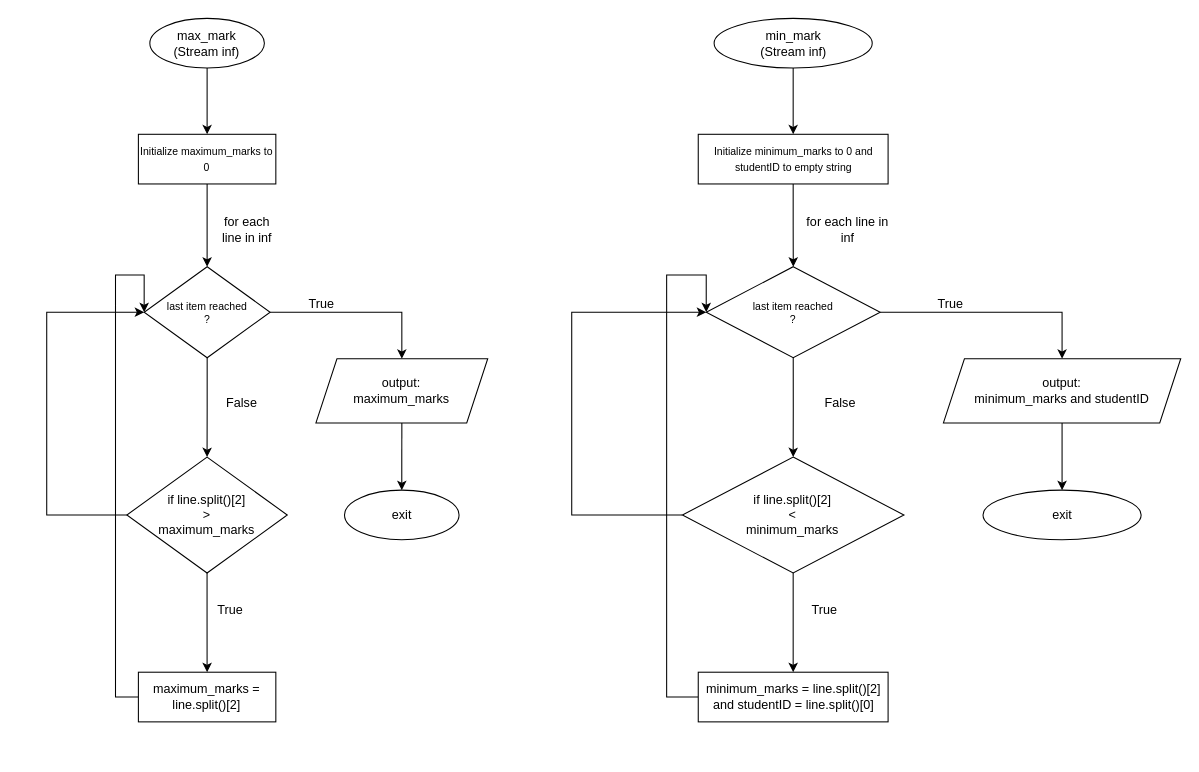
This is page "Page-2" (2 of 5) of Untitled Diagram.drawio from punyaprashun25/animated_login_form, a draw.io file, before an edit. Source tidied: cells renumbered, new cells numbered last; positions are measured from the earlier drawing's top-left corner, leaving out a move shared by most shapes. Both pictures are drawn from the tidied source at 105%, with x=0, y=0 at pixel (46, 18).
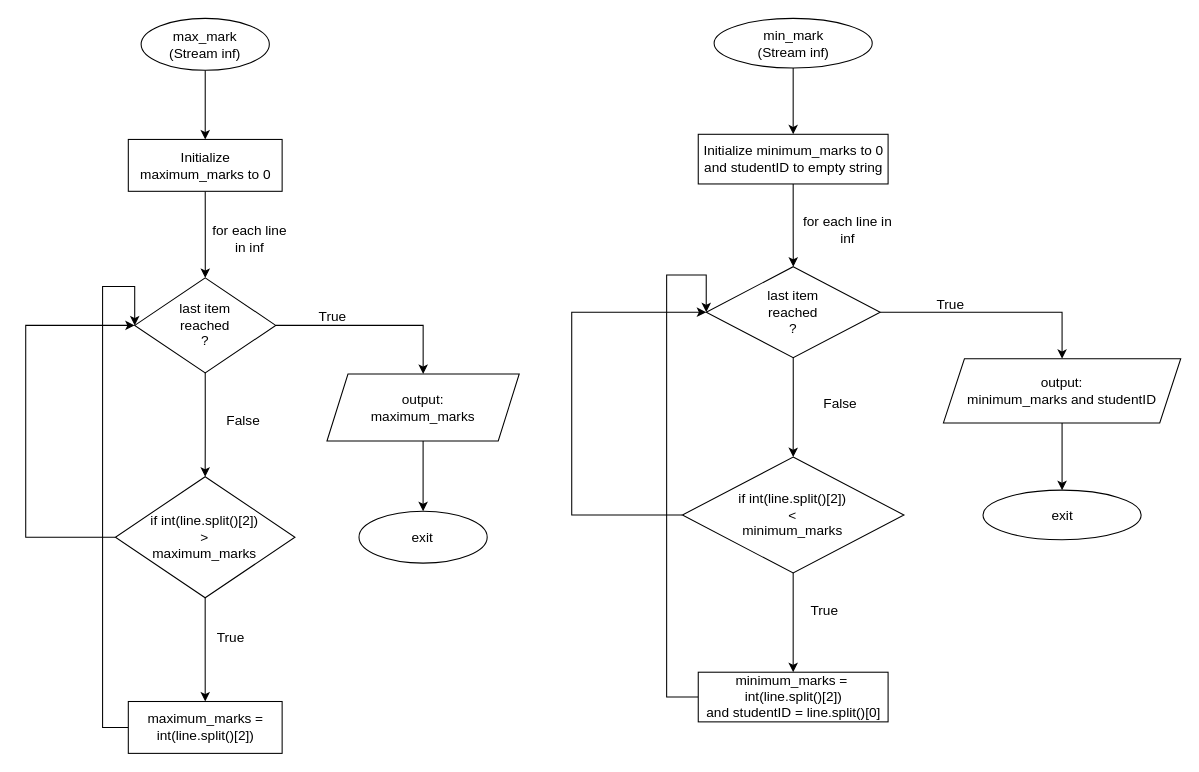
Above is the later version.

Diff of the diagram source:
```diff
@@
-    <mxCell id="2" style="group;" parent="1" vertex="1">
-      <mxGeometry width="420" height="670" as="geometry" />
+    <mxCell id="2" style="group;fontSize=13;" parent="1" vertex="1">
+      <mxGeometry x="-20" width="470" height="700" as="geometry" />
     </mxCell>
-    <mxCell id="3" style="edgeStyle=orthogonalEdgeStyle;rounded=0;jettySize=auto;html=1;exitX=0.5;exitY=1;exitDx=0;exitDy=0;entryX=0.5;entryY=0;entryDx=0;entryDy=0;" parent="2" edge="1" source="4" target="17">
+    <mxCell id="3" style="edgeStyle=orthogonalEdgeStyle;rounded=0;jettySize=auto;html=1;exitX=0.5;exitY=1;exitDx=0;exitDy=0;entryX=0.5;entryY=0;entryDx=0;entryDy=0;fontSize=13;" parent="2" edge="1" source="4" target="17">
       <mxGeometry relative="1" as="geometry" />
     </mxCell>
-    <mxCell id="4" value="&lt;div&gt;max_mark&lt;/div&gt;&lt;div&gt;(&lt;span style=&quot;background-color: initial;&quot;&gt;Stream inf)&lt;/span&gt;&lt;/div&gt;" style="ellipse;whiteSpace=wrap;html=1;" parent="2" vertex="1">
-      <mxGeometry x="98.2" width="109.1" height="47.3" as="geometry" />
+    <mxCell id="4" value="&lt;div style=&quot;font-size: 13px;&quot;&gt;max_mark&lt;/div&gt;&lt;div style=&quot;font-size: 13px;&quot;&gt;(&lt;span style=&quot;background-color: initial; font-size: 13px;&quot;&gt;Stream inf)&lt;/span&gt;&lt;/div&gt;" style="ellipse;whiteSpace=wrap;html=1;fontSize=13;" parent="2" vertex="1">
+      <mxGeometry x="109.9" width="122.1" height="49.4" as="geometry" />
     </mxCell>
-    <mxCell id="5" style="edgeStyle=orthogonalEdgeStyle;rounded=0;jettySize=auto;html=1;exitX=0.5;exitY=1;exitDx=0;exitDy=0;entryX=0.5;entryY=0;entryDx=0;entryDy=0;" parent="2" edge="1" source="7" target="14">
+    <mxCell id="5" style="edgeStyle=orthogonalEdgeStyle;rounded=0;jettySize=auto;html=1;exitX=0.5;exitY=1;exitDx=0;exitDy=0;entryX=0.5;entryY=0;entryDx=0;entryDy=0;fontSize=13;" parent="2" edge="1" source="7" target="14">
       <mxGeometry relative="1" as="geometry" />
     </mxCell>
-    <mxCell id="6" style="edgeStyle=orthogonalEdgeStyle;rounded=0;jettySize=auto;html=1;exitX=1;exitY=0.5;exitDx=0;exitDy=0;" parent="2" edge="1" source="7" target="19">
+    <mxCell id="6" style="edgeStyle=orthogonalEdgeStyle;rounded=0;jettySize=auto;html=1;exitX=1;exitY=0.5;exitDx=0;exitDy=0;fontSize=13;" parent="2" edge="1" source="7" target="19">
       <mxGeometry relative="1" as="geometry" />
     </mxCell>
-    <mxCell id="7" value="&lt;font style=&quot;font-size: 10px;&quot;&gt;last item reached&lt;/font&gt;&lt;div style=&quot;font-size: 10px;&quot;&gt;&lt;font style=&quot;font-size: 10px;&quot;&gt;?&lt;/font&gt;&lt;/div&gt;" style="rhombus;whiteSpace=wrap;html=1;" parent="2" vertex="1">
-      <mxGeometry x="92.8" y="236.5" width="120" height="86.7" as="geometry" />
+    <mxCell id="7" value="&lt;font style=&quot;font-size: 13px;&quot;&gt;last item&lt;/font&gt;&lt;div&gt;&lt;font style=&quot;font-size: 13px;&quot;&gt;reached&lt;/font&gt;&lt;div style=&quot;font-size: 13px;&quot;&gt;&lt;font style=&quot;font-size: 13px;&quot;&gt;?&lt;/font&gt;&lt;/div&gt;&lt;/div&gt;" style="rhombus;whiteSpace=wrap;html=1;fontSize=13;" parent="2" vertex="1">
+      <mxGeometry x="103.8" y="247.1" width="134.3" height="90.6" as="geometry" />
     </mxCell>
-    <mxCell id="8" value="for each line in inf" style="text;html=1;align=center;verticalAlign=middle;whiteSpace=wrap;rounded=0;" parent="2" vertex="1">
-      <mxGeometry x="158.2" y="189.2" width="65.5" height="23.6" as="geometry" />
+    <mxCell id="8" value="for each line in inf" style="text;html=1;align=center;verticalAlign=middle;whiteSpace=wrap;rounded=0;fontSize=13;" parent="2" vertex="1">
+      <mxGeometry x="177" y="197.6" width="73.2" height="24.7" as="geometry" />
     </mxCell>
-    <mxCell id="9" value="exit" style="ellipse;whiteSpace=wrap;html=1;" parent="2" vertex="1">
-      <mxGeometry x="283.6" y="449.3" width="109.1" height="47.3" as="geometry" />
+    <mxCell id="9" value="exit" style="ellipse;whiteSpace=wrap;html=1;fontSize=13;" parent="2" vertex="1">
+      <mxGeometry x="317.4" y="469.4" width="122.1" height="49.4" as="geometry" />
     </mxCell>
-    <mxCell id="10" value="True" style="text;html=1;align=center;verticalAlign=middle;whiteSpace=wrap;rounded=0;" parent="2" vertex="1">
-      <mxGeometry x="229.1" y="260.1" width="65.5" height="23.6" as="geometry" />
+    <mxCell id="10" value="True" style="text;html=1;align=center;verticalAlign=middle;whiteSpace=wrap;rounded=0;fontSize=13;" parent="2" vertex="1">
+      <mxGeometry x="256.4" y="271.8" width="73.2" height="24.7" as="geometry" />
     </mxCell>
-    <mxCell id="11" value="False" style="text;html=1;align=center;verticalAlign=middle;whiteSpace=wrap;rounded=0;" parent="2" vertex="1">
-      <mxGeometry x="152.8" y="354.7" width="65.5" height="23.6" as="geometry" />
+    <mxCell id="11" value="False" style="text;html=1;align=center;verticalAlign=middle;whiteSpace=wrap;rounded=0;fontSize=13;" parent="2" vertex="1">
+      <mxGeometry x="170.9" y="370.6" width="73.2" height="24.7" as="geometry" />
     </mxCell>
-    <mxCell id="12" style="edgeStyle=orthogonalEdgeStyle;rounded=0;jettySize=auto;html=1;exitX=0.5;exitY=1;exitDx=0;exitDy=0;entryX=0.5;entryY=0;entryDx=0;entryDy=0;" parent="2" edge="1" source="14" target="21">
+    <mxCell id="12" style="edgeStyle=orthogonalEdgeStyle;rounded=0;jettySize=auto;html=1;exitX=0.5;exitY=1;exitDx=0;exitDy=0;entryX=0.5;entryY=0;entryDx=0;entryDy=0;fontSize=13;" parent="2" edge="1" source="14" target="21">
       <mxGeometry relative="1" as="geometry" />
     </mxCell>
-    <mxCell id="13" style="edgeStyle=orthogonalEdgeStyle;rounded=0;jettySize=auto;html=1;exitX=0;exitY=0.5;exitDx=0;exitDy=0;entryX=0;entryY=0.5;entryDx=0;entryDy=0;" parent="2" edge="1" source="14" target="7">
+    <mxCell id="13" style="edgeStyle=orthogonalEdgeStyle;rounded=0;jettySize=auto;html=1;exitX=0;exitY=0.5;exitDx=0;exitDy=0;entryX=0;entryY=0.5;entryDx=0;entryDy=0;fontSize=13;" parent="2" edge="1" source="14" target="7">
       <mxGeometry relative="1" as="geometry">
         <Array as="points">
-          <mxPoint y="472.9" />
-          <mxPoint y="279.8" />
+          <mxPoint y="494.1" />
+          <mxPoint y="292.4" />
         </Array>
       </mxGeometry>
     </mxCell>
-    <mxCell id="14" value="if line.split()[2]&lt;div&gt;&amp;gt;&lt;/div&gt;&lt;div&gt;maximum_marks&lt;/div&gt;" style="rhombus;whiteSpace=wrap;html=1;" parent="2" vertex="1">
-      <mxGeometry x="76.3" y="417.8" width="152.8" height="110.4" as="geometry" />
+    <mxCell id="14" value="if int(line.split()[2])&lt;div style=&quot;font-size: 13px;&quot;&gt;&amp;gt;&lt;/div&gt;&lt;div style=&quot;font-size: 13px;&quot;&gt;maximum_marks&lt;/div&gt;" style="rhombus;whiteSpace=wrap;html=1;fontSize=13;" parent="2" vertex="1">
+      <mxGeometry x="85.4" y="436.5" width="171" height="115.3" as="geometry" />
     </mxCell>
-    <mxCell id="15" value="True" style="text;html=1;align=center;verticalAlign=middle;whiteSpace=wrap;rounded=0;" parent="2" vertex="1">
-      <mxGeometry x="141.9" y="551.8" width="65.5" height="23.6" as="geometry" />
+    <mxCell id="15" value="True" style="text;html=1;align=center;verticalAlign=middle;whiteSpace=wrap;rounded=0;fontSize=13;" parent="2" vertex="1">
+      <mxGeometry x="158.7" y="576.5" width="73.2" height="24.7" as="geometry" />
     </mxCell>
-    <mxCell id="16" style="edgeStyle=orthogonalEdgeStyle;rounded=0;jettySize=auto;html=1;exitX=0.5;exitY=1;exitDx=0;exitDy=0;" parent="2" edge="1" source="17" target="7">
+    <mxCell id="16" style="edgeStyle=orthogonalEdgeStyle;rounded=0;jettySize=auto;html=1;exitX=0.5;exitY=1;exitDx=0;exitDy=0;fontSize=13;" parent="2" edge="1" source="17" target="7">
       <mxGeometry relative="1" as="geometry" />
     </mxCell>
-    <mxCell id="17" value="&lt;font size=&quot;1&quot;&gt;Initialize maximum_marks to 0&lt;/font&gt;" style="rounded=0;whiteSpace=wrap;html=1;" parent="2" vertex="1">
-      <mxGeometry x="87.3" y="110.4" width="130.9" height="47.3" as="geometry" />
+    <mxCell id="17" value="&lt;font style=&quot;font-size: 13px;&quot;&gt;Initialize maximum_marks to 0&lt;/font&gt;" style="rounded=0;whiteSpace=wrap;html=1;fontSize=13;" parent="2" vertex="1">
+      <mxGeometry x="97.7" y="115.3" width="146.5" height="49.4" as="geometry" />
     </mxCell>
-    <mxCell id="18" style="edgeStyle=orthogonalEdgeStyle;rounded=0;jettySize=auto;html=1;exitX=0.5;exitY=1;exitDx=0;exitDy=0;entryX=0.5;entryY=0;entryDx=0;entryDy=0;" parent="2" edge="1" source="19" target="9">
+    <mxCell id="18" style="edgeStyle=orthogonalEdgeStyle;rounded=0;jettySize=auto;html=1;exitX=0.5;exitY=1;exitDx=0;exitDy=0;entryX=0.5;entryY=0;entryDx=0;entryDy=0;fontSize=13;" parent="2" edge="1" source="19" target="9">
       <mxGeometry relative="1" as="geometry" />
     </mxCell>
-    <mxCell id="19" value="output:&lt;div&gt;maximum_marks&lt;/div&gt;" style="shape=parallelogram;perimeter=parallelogramPerimeter;whiteSpace=wrap;html=1;fixedSize=1;" parent="2" vertex="1">
-      <mxGeometry x="256.4" y="324.2" width="163.6" height="61.1" as="geometry" />
+    <mxCell id="19" value="output:&lt;div style=&quot;font-size: 13px;&quot;&gt;maximum_marks&lt;/div&gt;" style="shape=parallelogram;perimeter=parallelogramPerimeter;whiteSpace=wrap;html=1;fixedSize=1;fontSize=13;" parent="2" vertex="1">
+      <mxGeometry x="286.9" y="338.7" width="183.1" height="63.8" as="geometry" />
     </mxCell>
-    <mxCell id="20" style="edgeStyle=orthogonalEdgeStyle;rounded=0;jettySize=auto;html=1;exitX=0;exitY=0.5;exitDx=0;exitDy=0;entryX=0;entryY=0.5;entryDx=0;entryDy=0;" parent="2" edge="1" source="21" target="7">
+    <mxCell id="20" style="edgeStyle=orthogonalEdgeStyle;rounded=0;jettySize=auto;html=1;exitX=0;exitY=0.5;exitDx=0;exitDy=0;entryX=0;entryY=0.5;entryDx=0;entryDy=0;fontSize=13;" parent="2" edge="1" source="21" target="7">
       <mxGeometry relative="1" as="geometry">
         <Array as="points">
-          <mxPoint x="65.5" y="646.4" />
-          <mxPoint x="65.5" y="244.4" />
-          <mxPoint x="92.7" y="244.4" />
+          <mxPoint x="73.2" y="675.3" />
+          <mxPoint x="73.2" y="255.3" />
+          <mxPoint x="103.8" y="255.3" />
         </Array>
       </mxGeometry>
     </mxCell>
-    <mxCell id="21" value="maximum_marks = line.split()[2]" style="rounded=0;whiteSpace=wrap;html=1;" parent="2" vertex="1">
-      <mxGeometry x="87.3" y="622.7" width="130.9" height="47.3" as="geometry" />
+    <mxCell id="21" value="maximum_marks = int(line.split()[2])" style="rounded=0;whiteSpace=wrap;html=1;fontSize=13;" parent="2" vertex="1">
+      <mxGeometry x="97.7" y="650.6" width="146.5" height="49.4" as="geometry" />
     </mxCell>
-    <mxCell id="22" style="group;" parent="1" vertex="1">
+    <mxCell id="22" style="group;fontSize=13;" parent="1" vertex="1">
       <mxGeometry x="500" width="580" height="670" as="geometry" />
     </mxCell>
-    <mxCell id="23" style="edgeStyle=orthogonalEdgeStyle;rounded=0;jettySize=auto;html=1;exitX=0.5;exitY=1;exitDx=0;exitDy=0;entryX=0.5;entryY=0;entryDx=0;entryDy=0;" parent="22" edge="1" source="24" target="37">
+    <mxCell id="23" style="edgeStyle=orthogonalEdgeStyle;rounded=0;jettySize=auto;html=1;exitX=0.5;exitY=1;exitDx=0;exitDy=0;entryX=0.5;entryY=0;entryDx=0;entryDy=0;fontSize=13;" parent="22" edge="1" source="24" target="37">
       <mxGeometry relative="1" as="geometry" />
     </mxCell>
-    <mxCell id="24" value="&lt;div&gt;min_mark&lt;/div&gt;&lt;div&gt;(&lt;span style=&quot;background-color: initial;&quot;&gt;Stream inf)&lt;/span&gt;&lt;/div&gt;" style="ellipse;whiteSpace=wrap;html=1;" parent="22" vertex="1">
+    <mxCell id="24" value="&lt;div style=&quot;font-size: 13px;&quot;&gt;min_mark&lt;/div&gt;&lt;div style=&quot;font-size: 13px;&quot;&gt;(&lt;span style=&quot;background-color: initial; font-size: 13px;&quot;&gt;Stream inf)&lt;/span&gt;&lt;/div&gt;" style="ellipse;whiteSpace=wrap;html=1;fontSize=13;" parent="22" vertex="1">
       <mxGeometry x="135.6" width="150.6" height="47.3" as="geometry" />
     </mxCell>
-    <mxCell id="25" style="edgeStyle=orthogonalEdgeStyle;rounded=0;jettySize=auto;html=1;exitX=0.5;exitY=1;exitDx=0;exitDy=0;entryX=0.5;entryY=0;entryDx=0;entryDy=0;" parent="22" edge="1" source="27" target="34">
+    <mxCell id="25" style="edgeStyle=orthogonalEdgeStyle;rounded=0;jettySize=auto;html=1;exitX=0.5;exitY=1;exitDx=0;exitDy=0;entryX=0.5;entryY=0;entryDx=0;entryDy=0;fontSize=13;" parent="22" edge="1" source="27" target="34">
       <mxGeometry relative="1" as="geometry" />
     </mxCell>
-    <mxCell id="26" style="edgeStyle=orthogonalEdgeStyle;rounded=0;jettySize=auto;html=1;exitX=1;exitY=0.5;exitDx=0;exitDy=0;" parent="22" edge="1" source="27" target="39">
+    <mxCell id="26" style="edgeStyle=orthogonalEdgeStyle;rounded=0;jettySize=auto;html=1;exitX=1;exitY=0.5;exitDx=0;exitDy=0;fontSize=13;" parent="22" edge="1" source="27" target="39">
       <mxGeometry relative="1" as="geometry" />
     </mxCell>
-    <mxCell id="27" value="&lt;font style=&quot;font-size: 10px;&quot;&gt;last item reached&lt;/font&gt;&lt;div style=&quot;font-size: 10px;&quot;&gt;&lt;font style=&quot;font-size: 10px;&quot;&gt;?&lt;/font&gt;&lt;/div&gt;" style="rhombus;whiteSpace=wrap;html=1;" parent="22" vertex="1">
+    <mxCell id="27" value="&lt;font style=&quot;font-size: 13px;&quot;&gt;last item&lt;/font&gt;&lt;div&gt;&lt;font style=&quot;font-size: 13px;&quot;&gt;reached&lt;/font&gt;&lt;div style=&quot;font-size: 13px;&quot;&gt;&lt;font style=&quot;font-size: 13px;&quot;&gt;?&lt;/font&gt;&lt;/div&gt;&lt;/div&gt;" style="rhombus;whiteSpace=wrap;html=1;fontSize=13;" parent="22" vertex="1">
       <mxGeometry x="128.1" y="236.5" width="165.7" height="86.7" as="geometry" />
     </mxCell>
-    <mxCell id="28" value="for each line in inf" style="text;html=1;align=center;verticalAlign=middle;whiteSpace=wrap;rounded=0;" parent="22" vertex="1">
+    <mxCell id="28" value="for each line in inf" style="text;html=1;align=center;verticalAlign=middle;whiteSpace=wrap;rounded=0;fontSize=13;" parent="22" vertex="1">
       <mxGeometry x="218.4" y="189.2" width="90.4" height="23.6" as="geometry" />
     </mxCell>
-    <mxCell id="29" value="exit" style="ellipse;whiteSpace=wrap;html=1;" parent="22" vertex="1">
+    <mxCell id="29" value="exit" style="ellipse;whiteSpace=wrap;html=1;fontSize=13;" parent="22" vertex="1">
       <mxGeometry x="391.7" y="449.3" width="150.6" height="47.3" as="geometry" />
     </mxCell>
-    <mxCell id="30" value="True" style="text;html=1;align=center;verticalAlign=middle;whiteSpace=wrap;rounded=0;" parent="22" vertex="1">
+    <mxCell id="30" value="True" style="text;html=1;align=center;verticalAlign=middle;whiteSpace=wrap;rounded=0;fontSize=13;" parent="22" vertex="1">
       <mxGeometry x="316.4" y="260.1" width="90.4" height="23.6" as="geometry" />
     </mxCell>
-    <mxCell id="31" value="False" style="text;html=1;align=center;verticalAlign=middle;whiteSpace=wrap;rounded=0;" parent="22" vertex="1">
+    <mxCell id="31" value="False" style="text;html=1;align=center;verticalAlign=middle;whiteSpace=wrap;rounded=0;fontSize=13;" parent="22" vertex="1">
       <mxGeometry x="211" y="354.7" width="90.4" height="23.6" as="geometry" />
     </mxCell>
-    <mxCell id="32" style="edgeStyle=orthogonalEdgeStyle;rounded=0;jettySize=auto;html=1;exitX=0.5;exitY=1;exitDx=0;exitDy=0;entryX=0.5;entryY=0;entryDx=0;entryDy=0;" parent="22" edge="1" source="34" target="41">
+    <mxCell id="32" style="edgeStyle=orthogonalEdgeStyle;rounded=0;jettySize=auto;html=1;exitX=0.5;exitY=1;exitDx=0;exitDy=0;entryX=0.5;entryY=0;entryDx=0;entryDy=0;fontSize=13;" parent="22" edge="1" source="34" target="41">
       <mxGeometry relative="1" as="geometry" />
     </mxCell>
-    <mxCell id="33" style="edgeStyle=orthogonalEdgeStyle;rounded=0;jettySize=auto;html=1;exitX=0;exitY=0.5;exitDx=0;exitDy=0;entryX=0;entryY=0.5;entryDx=0;entryDy=0;" parent="22" edge="1" source="34" target="27">
+    <mxCell id="33" style="edgeStyle=orthogonalEdgeStyle;rounded=0;jettySize=auto;html=1;exitX=0;exitY=0.5;exitDx=0;exitDy=0;entryX=0;entryY=0.5;entryDx=0;entryDy=0;fontSize=13;" parent="22" edge="1" source="34" target="27">
       <mxGeometry relative="1" as="geometry">
         <Array as="points">
           <mxPoint y="472.9" />
           <mxPoint y="279.8" />
         </Array>
       </mxGeometry>
     </mxCell>
-    <mxCell id="34" value="if line.split()[2]&lt;div&gt;&amp;lt;&lt;/div&gt;&lt;div&gt;minimum_marks&lt;/div&gt;" style="rhombus;whiteSpace=wrap;html=1;" parent="22" vertex="1">
+    <mxCell id="34" value="if int(line.split()[2])&lt;div style=&quot;font-size: 13px;&quot;&gt;&amp;lt;&lt;/div&gt;&lt;div style=&quot;font-size: 13px;&quot;&gt;minimum_marks&lt;/div&gt;" style="rhombus;whiteSpace=wrap;html=1;fontSize=13;" parent="22" vertex="1">
       <mxGeometry x="105.4" y="417.8" width="211" height="110.4" as="geometry" />
     </mxCell>
-    <mxCell id="35" value="True" style="text;html=1;align=center;verticalAlign=middle;whiteSpace=wrap;rounded=0;" parent="22" vertex="1">
+    <mxCell id="35" value="True" style="text;html=1;align=center;verticalAlign=middle;whiteSpace=wrap;rounded=0;fontSize=13;" parent="22" vertex="1">
       <mxGeometry x="195.9" y="551.8" width="90.4" height="23.6" as="geometry" />
     </mxCell>
-    <mxCell id="36" style="edgeStyle=orthogonalEdgeStyle;rounded=0;jettySize=auto;html=1;exitX=0.5;exitY=1;exitDx=0;exitDy=0;" parent="22" edge="1" source="37" target="27">
+    <mxCell id="36" style="edgeStyle=orthogonalEdgeStyle;rounded=0;jettySize=auto;html=1;exitX=0.5;exitY=1;exitDx=0;exitDy=0;fontSize=13;" parent="22" edge="1" source="37" target="27">
       <mxGeometry relative="1" as="geometry" />
     </mxCell>
-    <mxCell id="37" value="&lt;font size=&quot;1&quot;&gt;Initialize minimum_marks to 0 and studentID to empty string&lt;/font&gt;" style="rounded=0;whiteSpace=wrap;html=1;" parent="22" vertex="1">
+    <mxCell id="37" value="&lt;font style=&quot;font-size: 13px;&quot;&gt;Initialize minimum_marks to 0 and studentID to empty string&lt;/font&gt;" style="rounded=0;whiteSpace=wrap;html=1;fontSize=13;" parent="22" vertex="1">
       <mxGeometry x="120.5" y="110.4" width="180.8" height="47.3" as="geometry" />
     </mxCell>
-    <mxCell id="38" style="edgeStyle=orthogonalEdgeStyle;rounded=0;jettySize=auto;html=1;exitX=0.5;exitY=1;exitDx=0;exitDy=0;entryX=0.5;entryY=0;entryDx=0;entryDy=0;" parent="22" edge="1" source="39" target="29">
+    <mxCell id="38" style="edgeStyle=orthogonalEdgeStyle;rounded=0;jettySize=auto;html=1;exitX=0.5;exitY=1;exitDx=0;exitDy=0;entryX=0.5;entryY=0;entryDx=0;entryDy=0;fontSize=13;" parent="22" edge="1" source="39" target="29">
       <mxGeometry relative="1" as="geometry" />
     </mxCell>
-    <mxCell id="39" value="output:&lt;div&gt;minimum_marks and studentID&lt;/div&gt;" style="shape=parallelogram;perimeter=parallelogramPerimeter;whiteSpace=wrap;html=1;fixedSize=1;" parent="22" vertex="1">
+    <mxCell id="39" value="output:&lt;div style=&quot;font-size: 13px;&quot;&gt;minimum_marks and studentID&lt;/div&gt;" style="shape=parallelogram;perimeter=parallelogramPerimeter;whiteSpace=wrap;html=1;fixedSize=1;fontSize=13;" parent="22" vertex="1">
       <mxGeometry x="354" y="324.2" width="226" height="61.1" as="geometry" />
     </mxCell>
-    <mxCell id="40" style="edgeStyle=orthogonalEdgeStyle;rounded=0;jettySize=auto;html=1;exitX=0;exitY=0.5;exitDx=0;exitDy=0;entryX=0;entryY=0.5;entryDx=0;entryDy=0;" parent="22" edge="1" source="41" target="27">
+    <mxCell id="40" style="edgeStyle=orthogonalEdgeStyle;rounded=0;jettySize=auto;html=1;exitX=0;exitY=0.5;exitDx=0;exitDy=0;entryX=0;entryY=0.5;entryDx=0;entryDy=0;fontSize=13;" parent="22" edge="1" source="41" target="27">
       <mxGeometry relative="1" as="geometry">
         <Array as="points">
           <mxPoint x="90.4" y="646.4" />
           <mxPoint x="90.4" y="244.4" />
           <mxPoint x="128.1" y="244.4" />
         </Array>
       </mxGeometry>
     </mxCell>
-    <mxCell id="41" value="minimum_marks = line.split()[2]&lt;div&gt;and studentID = line.split()[0]&lt;/div&gt;" style="rounded=0;whiteSpace=wrap;html=1;" parent="22" vertex="1">
+    <mxCell id="41" value="minimum_marks =&amp;nbsp;&lt;div style=&quot;font-size: 13px;&quot;&gt;int(line.split()[2])&lt;div style=&quot;font-size: 13px;&quot;&gt;and studentID = line.split()[0]&lt;/div&gt;&lt;/div&gt;" style="rounded=0;whiteSpace=wrap;html=1;fontSize=13;" parent="22" vertex="1">
       <mxGeometry x="120.5" y="622.7" width="180.8" height="47.3" as="geometry" />
     </mxCell>
```
